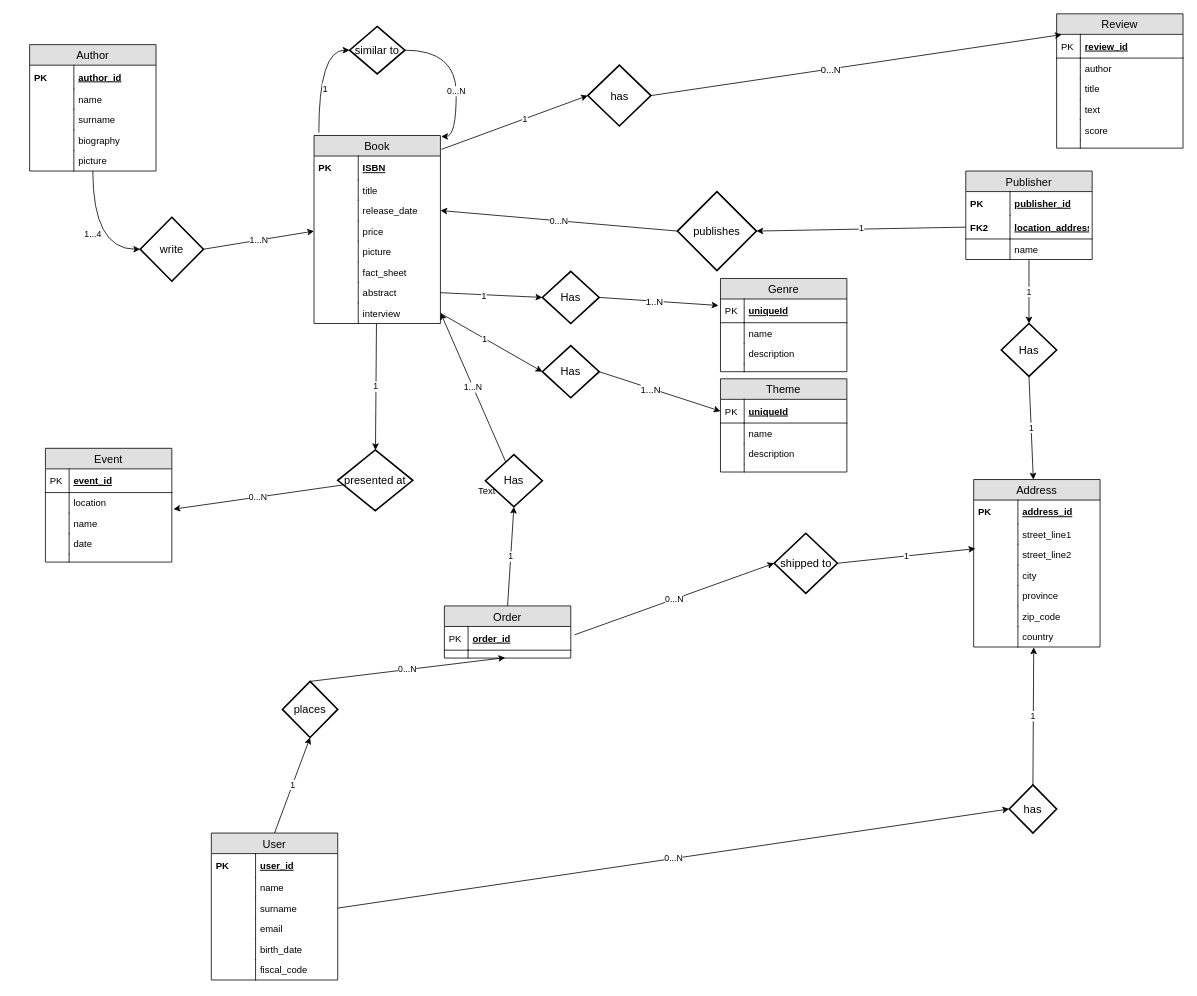
Earlier version of the draw.io diagram other/er_diagram/ER.drawio (malta895/hypermedia-project). Source tidied: cells renumbered, new cells numbered last; positions are measured from the earlier drawing's top-left corner, leaving out a move shared by most shapes. Both pictures are drawn from the tidied source at 79%, with x=0, y=0 at pixel (29, 13).
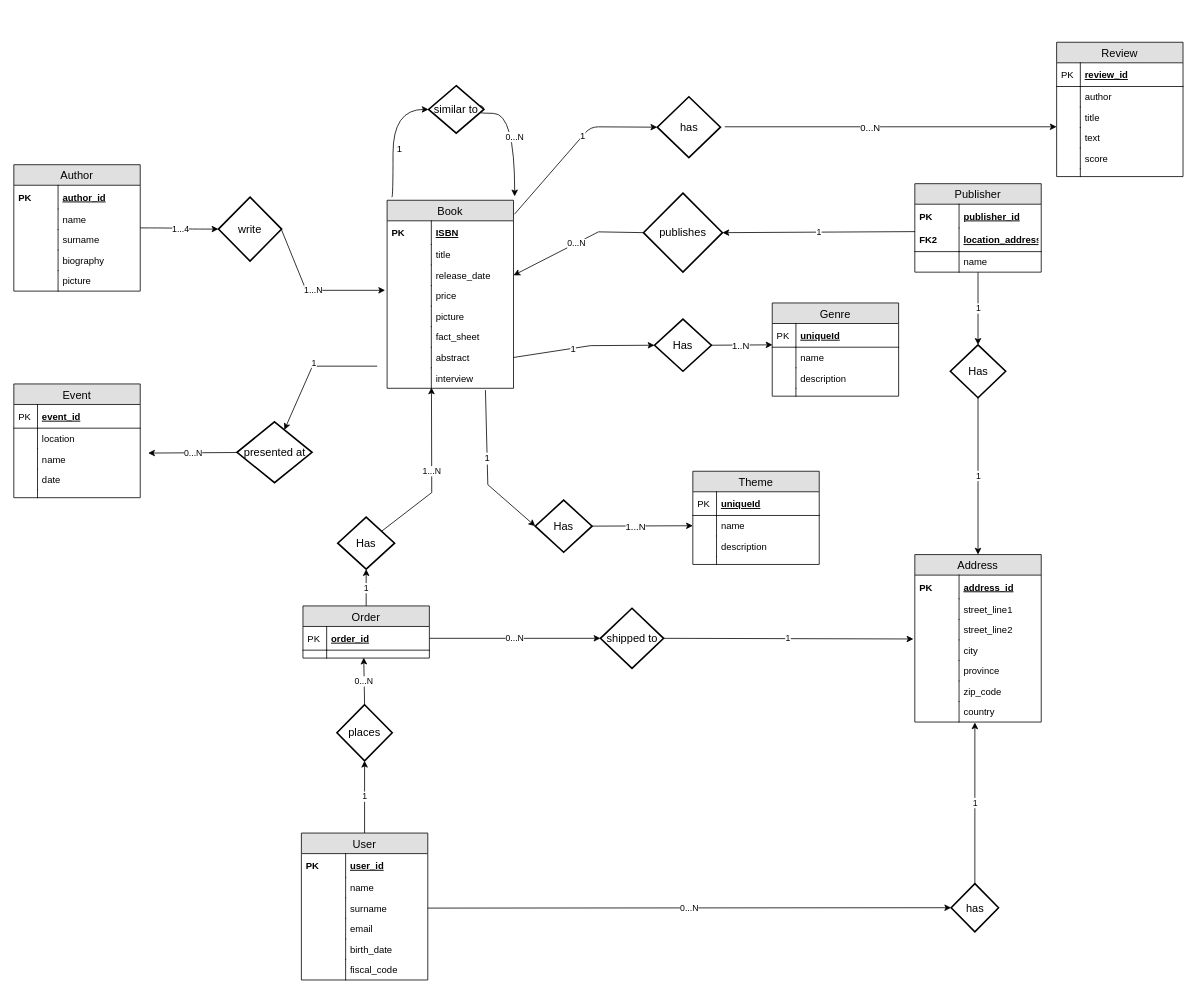
The same diagram, later.

The change refers to these unchanged cells:
```xml
<mxCell id="6" value="location_address" style="shape=partialRectangle;top=0;left=0;right=0;bottom=1;align=left;verticalAlign=middle;fillColor=none;spacingLeft=60;spacingRight=4;overflow=hidden;points=[[0,0.5],[1,0.5]];portConstraint=eastwest;fontStyle=5;fontSize=12;" parent="3" vertex="1">
  <mxGeometry y="56" width="160" height="30" as="geometry" />
</mxCell>
<mxCell id="15" value="street_line2" style="shape=partialRectangle;top=0;left=0;right=0;bottom=0;align=left;verticalAlign=top;fillColor=none;spacingLeft=60;spacingRight=4;overflow=hidden;points=[[0,0.5],[1,0.5]];portConstraint=eastwest;fontSize=12;" parent="10" vertex="1">
  <mxGeometry y="82" width="160" height="26" as="geometry" />
</mxCell>
<mxCell id="45" value="release_date" style="shape=partialRectangle;top=0;left=0;right=0;bottom=0;align=left;verticalAlign=top;fillColor=none;spacingLeft=60;spacingRight=4;overflow=hidden;points=[[0,0.5],[1,0.5]];portConstraint=eastwest;fontSize=12;" parent="40" vertex="1">
  <mxGeometry y="82" width="160" height="26" as="geometry" />
</mxCell>
<mxCell id="47" value="price" style="shape=partialRectangle;top=0;left=0;right=0;bottom=0;align=left;verticalAlign=top;fillColor=none;spacingLeft=60;spacingRight=4;overflow=hidden;points=[[0,0.5],[1,0.5]];portConstraint=eastwest;fontSize=12;" parent="40" vertex="1">
  <mxGeometry y="108" width="160" height="26" as="geometry" />
</mxCell>
<mxCell id="53" value="abstract" style="shape=partialRectangle;top=0;left=0;right=0;bottom=0;align=left;verticalAlign=top;fillColor=none;spacingLeft=60;spacingRight=4;overflow=hidden;points=[[0,0.5],[1,0.5]];portConstraint=eastwest;fontSize=12;" parent="40" vertex="1">
  <mxGeometry y="186" width="160" height="26" as="geometry" />
</mxCell>
<mxCell id="55" value="interview" style="shape=partialRectangle;top=0;left=0;right=0;bottom=0;align=left;verticalAlign=top;fillColor=none;spacingLeft=60;spacingRight=4;overflow=hidden;points=[[0,0.5],[1,0.5]];portConstraint=eastwest;fontSize=12;" parent="40" vertex="1">
  <mxGeometry y="212" width="160" height="26" as="geometry" />
</mxCell>
<mxCell id="72" value="location" style="shape=partialRectangle;top=0;left=0;right=0;bottom=0;align=left;verticalAlign=top;fillColor=none;spacingLeft=34;spacingRight=4;overflow=hidden;points=[[0,0.5],[1,0.5]];portConstraint=eastwest;fontSize=12;" parent="69" vertex="1">
  <mxGeometry y="56" width="160" height="26" as="geometry" />
</mxCell>
<mxCell id="82" value="order_id" style="shape=partialRectangle;top=0;left=0;right=0;bottom=1;align=left;verticalAlign=middle;fillColor=none;spacingLeft=34;spacingRight=4;overflow=hidden;points=[[0,0.5],[1,0.5]];portConstraint=eastwest;fontStyle=5;fontSize=12;" parent="81" vertex="1">
  <mxGeometry y="26" width="160" height="30" as="geometry" />
</mxCell>
<mxCell id="110" value="review_id" style="shape=partialRectangle;top=0;left=0;right=0;bottom=1;align=left;verticalAlign=middle;fillColor=none;spacingLeft=34;spacingRight=4;overflow=hidden;points=[[0,0.5],[1,0.5]];portConstraint=eastwest;fontStyle=5;fontSize=12;" parent="109" vertex="1">
  <mxGeometry y="26" width="160" height="30" as="geometry" />
</mxCell>
<mxCell id="128" value="uniqueId" style="shape=partialRectangle;top=0;left=0;right=0;bottom=1;align=left;verticalAlign=middle;fillColor=none;spacingLeft=34;spacingRight=4;overflow=hidden;points=[[0,0.5],[1,0.5]];portConstraint=eastwest;fontStyle=5;fontSize=12;" parent="127" vertex="1">
  <mxGeometry y="26" width="160" height="30" as="geometry" />
</mxCell>
<mxCell id="137" value="uniqueId" style="shape=partialRectangle;top=0;left=0;right=0;bottom=1;align=left;verticalAlign=middle;fillColor=none;spacingLeft=34;spacingRight=4;overflow=hidden;points=[[0,0.5],[1,0.5]];portConstraint=eastwest;fontStyle=5;fontSize=12;" parent="136" vertex="1">
  <mxGeometry y="26" width="160" height="30" as="geometry" />
</mxCell>
<mxCell id="139" value="name" style="shape=partialRectangle;top=0;left=0;right=0;bottom=0;align=left;verticalAlign=top;fillColor=none;spacingLeft=34;spacingRight=4;overflow=hidden;points=[[0,0.5],[1,0.5]];portConstraint=eastwest;fontSize=12;" parent="136" vertex="1">
  <mxGeometry y="56" width="160" height="26" as="geometry" />
</mxCell>
```

Change to the diagram source:
```diff
@@
     <mxCell id="3" value="Publisher" style="swimlane;fontStyle=0;horizontal=1;startSize=26;fillColor=#e0e0e0;swimlaneFillColor=#ffffff;align=center;fontSize=14;" parent="1" vertex="1">
-      <mxGeometry x="1185" y="199" width="160" height="112" as="geometry" />
+      <mxGeometry x="1120.5" y="215" width="160" height="112" as="geometry" />
     </mxCell>
@@
     <mxCell id="10" value="Address" style="swimlane;fontStyle=0;horizontal=1;startSize=26;fillColor=#e0e0e0;swimlaneFillColor=#ffffff;align=center;fontSize=14;" parent="1" vertex="1">
-      <mxGeometry x="1195" y="589.5" width="160" height="212" as="geometry" />
+      <mxGeometry x="1120.5" y="684.5" width="160" height="212" as="geometry" />
     </mxCell>
@@
     <mxCell id="26" value="User" style="swimlane;fontStyle=0;horizontal=1;startSize=26;fillColor=#e0e0e0;swimlaneFillColor=#ffffff;align=center;fontSize=14;" parent="1" vertex="1">
-      <mxGeometry x="230" y="1037" width="160" height="186" as="geometry" />
+      <mxGeometry x="344" y="1037" width="160" height="186" as="geometry" />
     </mxCell>
@@
-    <mxCell id="39" value="1" style="edgeStyle=none;rounded=0;jettySize=auto;html=1;startArrow=none;startFill=0;endArrow=classic;endFill=1;" parent="1" edge="1" source="40" target="96">
-      <mxGeometry relative="1" as="geometry" />
+    <mxCell id="39" value="1" style="edgeStyle=none;rounded=0;jettySize=auto;html=1;startArrow=none;startFill=0;endArrow=classic;endFill=1;" parent="1" edge="1" target="96">
+      <mxGeometry x="-0.06" y="-4" relative="1" as="geometry">
+        <mxPoint x="440" y="446" as="sourcePoint" />
+        <Array as="points">
+          <mxPoint x="358" y="446" />
+        </Array>
+      </mxGeometry>
     </mxCell>
     <mxCell id="40" value="Book" style="swimlane;fontStyle=0;horizontal=1;startSize=26;fillColor=#e0e0e0;swimlaneFillColor=#ffffff;align=center;fontSize=14;" parent="1" vertex="1">
-      <mxGeometry x="360" y="154" width="160" height="238" as="geometry" />
+      <mxGeometry x="452.5" y="236" width="160" height="238" as="geometry" />
     </mxCell>
@@
-    <mxCell id="57" value="1...4" style="edgeStyle=orthogonalEdgeStyle;curved=1;rounded=0;jettySize=auto;html=1;entryX=0;entryY=0.5;entryDx=0;entryDy=0;startArrow=none;startFill=0;endArrow=classic;endFill=1;" parent="1" edge="1" source="58" target="94">
-      <mxGeometry relative="1" as="geometry" />
+    <mxCell id="57" value="1...4" style="edgeStyle=orthogonalEdgeStyle;curved=1;rounded=0;jettySize=auto;html=1;startArrow=none;startFill=0;endArrow=classic;endFill=1;entryX=0;entryY=0.5;entryDx=0;entryDy=0;" parent="1" edge="1" source="58" target="94">
+      <mxGeometry x="0.23" y="-10" relative="1" as="geometry">
+        <mxPoint x="-10" y="-10" as="offset" />
+      </mxGeometry>
     </mxCell>
     <mxCell id="58" value="Author" style="swimlane;fontStyle=0;horizontal=1;startSize=26;fillColor=#e0e0e0;swimlaneFillColor=#ffffff;align=center;fontSize=14;" parent="1" vertex="1">
-      <mxGeometry y="39" width="160" height="160" as="geometry" />
+      <mxGeometry x="-20" y="191" width="160" height="160" as="geometry" />
     </mxCell>
@@
     <mxCell id="69" value="Event" style="swimlane;fontStyle=0;horizontal=1;startSize=26;fillColor=#e0e0e0;swimlaneFillColor=#ffffff;align=center;fontSize=14;" parent="1" vertex="1">
-      <mxGeometry x="20" y="550" width="160" height="144" as="geometry" />
+      <mxGeometry x="-20" y="468.5" width="160" height="144" as="geometry" />
     </mxCell>
@@
     <mxCell id="81" value="Order" style="swimlane;fontStyle=0;horizontal=1;startSize=26;fillColor=#e0e0e0;swimlaneFillColor=#ffffff;align=center;fontSize=14;" parent="1" vertex="1">
-      <mxGeometry x="525" y="749.5" width="160" height="66" as="geometry" />
+      <mxGeometry x="346" y="749.5" width="160" height="66" as="geometry" />
     </mxCell>
@@
-    <mxCell id="86" value="1" style="edgeStyle=none;rounded=0;jettySize=auto;html=1;exitX=1;exitY=0.5;exitDx=0;exitDy=0;entryX=0;entryY=0.5;entryDx=0;entryDy=0;startArrow=classic;startFill=1;endArrow=none;endFill=0;" parent="1" edge="1" source="88" target="6">
+    <mxCell id="86" value="1" style="edgeStyle=none;rounded=0;jettySize=auto;html=1;exitX=1;exitY=0.5;exitDx=0;exitDy=0;entryX=0.002;entryY=0.156;entryDx=0;entryDy=0;startArrow=classic;startFill=1;endArrow=none;endFill=0;entryPerimeter=0;" parent="1" edge="1" source="88" target="6">
       <mxGeometry relative="1" as="geometry" />
     </mxCell>
     <mxCell id="87" value="0...N" style="edgeStyle=none;rounded=0;jettySize=auto;html=1;exitX=0;exitY=0.5;exitDx=0;exitDy=0;entryX=1;entryY=0.5;entryDx=0;entryDy=0;startArrow=none;startFill=0;endArrow=classic;endFill=1;" parent="1" edge="1" source="88" target="45">
-      <mxGeometry relative="1" as="geometry" />
+      <mxGeometry relative="1" as="geometry">
+        <Array as="points">
+          <mxPoint x="720" y="276" />
+        </Array>
+      </mxGeometry>
     </mxCell>
     <mxCell id="88" value="publishes" style="shape=rhombus;strokeWidth=2;fontSize=17;perimeter=rhombusPerimeter;whiteSpace=wrap;html=1;align=center;fontSize=14;" parent="1" vertex="1">
-      <mxGeometry x="820" y="225" width="100" height="100" as="geometry" />
+      <mxGeometry x="777" y="227" width="100" height="100" as="geometry" />
     </mxCell>
     <mxCell id="89" style="edgeStyle=orthogonalEdgeStyle;curved=1;rounded=0;jettySize=auto;html=1;exitX=0;exitY=0.5;exitDx=0;exitDy=0;entryX=0.038;entryY=-0.016;entryDx=0;entryDy=0;entryPerimeter=0;startArrow=classic;startFill=1;endArrow=none;endFill=0;" parent="1" edge="1" source="92" target="40">
       <mxGeometry relative="1" as="geometry">
         <Array as="points">
-          <mxPoint x="366" y="46" />
+          <mxPoint x="460" y="121" />
+          <mxPoint x="460" y="233" />
         </Array>
       </mxGeometry>
     </mxCell>
@@
-    <mxCell id="91" value="0...N&lt;br&gt;" style="edgeStyle=orthogonalEdgeStyle;curved=1;rounded=0;jettySize=auto;html=1;exitX=1;exitY=0.5;exitDx=0;exitDy=0;entryX=1.006;entryY=0.005;entryDx=0;entryDy=0;entryPerimeter=0;startArrow=none;startFill=0;endArrow=classic;endFill=1;" parent="1" edge="1" source="92" target="40">
-      <mxGeometry x="0.21" relative="1" as="geometry" />
+    <mxCell id="91" value="0...N&lt;br&gt;" style="edgeStyle=orthogonalEdgeStyle;curved=1;rounded=0;jettySize=auto;html=1;exitX=1;exitY=0.5;exitDx=0;exitDy=0;startArrow=none;startFill=0;endArrow=classic;endFill=1;" parent="1" edge="1" source="92">
+      <mxGeometry x="0.21" relative="1" as="geometry">
+        <mxPoint x="614" y="231" as="targetPoint" />
+        <Array as="points">
+          <mxPoint x="575" y="116" />
+          <mxPoint x="560" y="116" />
+          <mxPoint x="560" y="126" />
+          <mxPoint x="614" y="126" />
+          <mxPoint x="614" y="231" />
+        </Array>
+      </mxGeometry>
     </mxCell>
     <mxCell id="92" value="similar to" style="shape=rhombus;strokeWidth=2;fontSize=17;perimeter=rhombusPerimeter;whiteSpace=wrap;html=1;align=center;fontSize=14;" parent="1" vertex="1">
-      <mxGeometry x="405" y="16" width="70" height="60" as="geometry" />
+      <mxGeometry x="505" y="91" width="70" height="60" as="geometry" />
     </mxCell>
-    <mxCell id="93" value="1...N" style="rounded=0;jettySize=auto;html=1;entryX=0;entryY=0.5;entryDx=0;entryDy=0;startArrow=none;startFill=0;endArrow=classic;endFill=1;exitX=1;exitY=0.5;exitDx=0;exitDy=0;" parent="1" edge="1" source="94" target="47">
-      <mxGeometry relative="1" as="geometry" />
+    <mxCell id="93" value="1...N" style="rounded=0;orthogonalLoop=1;jettySize=auto;html=1;startArrow=none;startFill=0;endArrow=classic;endFill=1;exitX=1;exitY=0.5;exitDx=0;exitDy=0;" parent="1" edge="1">
+      <mxGeometry relative="1" as="geometry">
+        <mxPoint x="318.7" y="273" as="sourcePoint" />
+        <mxPoint x="450" y="350" as="targetPoint" />
+        <Array as="points">
+          <mxPoint x="350" y="350" />
+        </Array>
+      </mxGeometry>
     </mxCell>
     <mxCell id="94" value="write&lt;br&gt;" style="shape=rhombus;strokeWidth=2;fontSize=17;perimeter=rhombusPerimeter;whiteSpace=wrap;html=1;align=center;fontSize=14;" parent="1" vertex="1">
-      <mxGeometry x="140" y="257.5" width="80" height="81" as="geometry" />
+      <mxGeometry x="239" y="232" width="80" height="81" as="geometry" />
     </mxCell>
-    <mxCell id="95" value="0...N" style="edgeStyle=none;rounded=0;jettySize=auto;html=1;entryX=1.013;entryY=0.808;entryDx=0;entryDy=0;startArrow=none;startFill=0;endArrow=classic;endFill=1;entryPerimeter=0;" parent="1" edge="1" source="96" target="72">
-      <mxGeometry relative="1" as="geometry" />
+    <mxCell id="95" value="0...N" style="edgeStyle=none;rounded=0;jettySize=auto;html=1;startArrow=none;startFill=0;endArrow=classic;endFill=1;" parent="1" edge="1" source="96">
+      <mxGeometry relative="1" as="geometry">
+        <mxPoint x="150" y="556" as="targetPoint" />
+      </mxGeometry>
     </mxCell>
     <mxCell id="96" value="presented at" style="shape=rhombus;strokeWidth=2;fontSize=17;perimeter=rhombusPerimeter;whiteSpace=wrap;html=1;align=center;fontSize=14;" parent="1" vertex="1">
-      <mxGeometry x="390" y="552" width="95" height="77" as="geometry" />
+      <mxGeometry x="262.5" y="516.5" width="95" height="77" as="geometry" />
     </mxCell>
@@
     <mxCell id="98" value="Has" style="shape=rhombus;strokeWidth=2;fontSize=17;perimeter=rhombusPerimeter;whiteSpace=wrap;html=1;align=center;fontSize=14;" parent="1" vertex="1">
-      <mxGeometry x="1230" y="392" width="70" height="67" as="geometry" />
+      <mxGeometry x="1165.5" y="419" width="70" height="67" as="geometry" />
     </mxCell>
-    <mxCell id="99" value="1...N" style="edgeStyle=none;rounded=0;jettySize=auto;html=1;entryX=1;entryY=0.5;entryDx=0;entryDy=0;startArrow=none;startFill=0;endArrow=classic;endFill=1;" parent="1" edge="1" source="100">
+    <mxCell id="99" value="1...N" style="edgeStyle=none;rounded=0;jettySize=auto;html=1;entryX=0.351;entryY=0.962;entryDx=0;entryDy=0;startArrow=none;startFill=0;endArrow=classic;endFill=1;entryPerimeter=0;" parent="1" edge="1" source="100" target="55">
       <mxGeometry relative="1" as="geometry">
-        <mxPoint x="520.3" y="378.7" as="targetPoint" />
+        <Array as="points">
+          <mxPoint x="509" y="606" />
+        </Array>
       </mxGeometry>
     </mxCell>
     <mxCell id="100" value="Has" style="shape=rhombus;strokeWidth=2;fontSize=17;perimeter=rhombusPerimeter;whiteSpace=wrap;html=1;align=center;fontSize=14;" parent="1" vertex="1">
-      <mxGeometry x="577" y="558" width="72" height="66" as="geometry" />
+      <mxGeometry x="390" y="637" width="72" height="66" as="geometry" />
     </mxCell>
-    <mxCell id="101" value="1" style="edgeStyle=none;rounded=0;jettySize=auto;html=1;exitX=1;exitY=0.5;exitDx=0;exitDy=0;entryX=0.013;entryY=0.212;entryDx=0;entryDy=0;startArrow=none;startFill=0;endArrow=classic;endFill=1;entryPerimeter=0;" parent="1" edge="1" source="102" target="15">
+    <mxCell id="101" value="1" style="edgeStyle=none;rounded=0;jettySize=auto;html=1;exitX=1;exitY=0.5;exitDx=0;exitDy=0;entryX=-0.011;entryY=0.955;entryDx=0;entryDy=0;startArrow=none;startFill=0;endArrow=classic;endFill=1;entryPerimeter=0;" parent="1" edge="1" source="102" target="15">
       <mxGeometry relative="1" as="geometry" />
     </mxCell>
     <mxCell id="102" value="shipped to&lt;br&gt;" style="shape=rhombus;strokeWidth=2;fontSize=17;perimeter=rhombusPerimeter;whiteSpace=wrap;html=1;align=center;fontSize=14;" parent="1" vertex="1">
-      <mxGeometry x="942.5" y="657.5" width="80" height="76" as="geometry" />
+      <mxGeometry x="722.5" y="752.5" width="80" height="76" as="geometry" />
     </mxCell>
-    <mxCell id="103" value="0...N&lt;br&gt;" style="edgeStyle=none;rounded=0;jettySize=auto;html=1;entryX=0;entryY=0.5;entryDx=0;entryDy=0;startArrow=none;startFill=0;endArrow=classic;endFill=1;" parent="1" edge="1" target="102">
-      <mxGeometry relative="1" as="geometry">
-        <mxPoint x="690" y="786" as="sourcePoint" />
-      </mxGeometry>
+    <mxCell id="103" value="0...N&lt;br&gt;" style="edgeStyle=none;rounded=0;jettySize=auto;html=1;entryX=0;entryY=0.5;entryDx=0;entryDy=0;startArrow=none;startFill=0;endArrow=classic;endFill=1;exitX=1;exitY=0.5;exitDx=0;exitDy=0;" parent="1" edge="1" source="82" target="102">
+      <mxGeometry relative="1" as="geometry" />
     </mxCell>
@@
     <mxCell id="105" value="has&lt;br&gt;" style="shape=rhombus;strokeWidth=2;fontSize=17;perimeter=rhombusPerimeter;whiteSpace=wrap;html=1;align=center;fontSize=14;" parent="1" vertex="1">
-      <mxGeometry x="1240" y="976" width="60" height="61" as="geometry" />
+      <mxGeometry x="1166.5" y="1101" width="60" height="61" as="geometry" />
     </mxCell>
@@
     <mxCell id="108" value="places&lt;br&gt;" style="shape=rhombus;strokeWidth=2;fontSize=17;perimeter=rhombusPerimeter;whiteSpace=wrap;html=1;align=center;fontSize=14;" parent="1" vertex="1">
-      <mxGeometry x="320" y="845" width="70" height="71" as="geometry" />
+      <mxGeometry x="389" y="874.5" width="70" height="71" as="geometry" />
     </mxCell>
     <mxCell id="109" value="Review" style="swimlane;fontStyle=0;horizontal=1;startSize=26;fillColor=#e0e0e0;swimlaneFillColor=#ffffff;align=center;fontSize=14;" parent="1" vertex="1">
-      <mxGeometry x="1300" width="160" height="170" as="geometry" />
+      <mxGeometry x="1300" y="36" width="160" height="170" as="geometry" />
     </mxCell>
@@
     <mxCell id="122" value="has" style="shape=rhombus;strokeWidth=2;fontSize=17;perimeter=rhombusPerimeter;whiteSpace=wrap;html=1;align=center;fontSize=14;" parent="1" vertex="1">
-      <mxGeometry x="706.5" y="65" width="80" height="77" as="geometry" />
+      <mxGeometry x="794.5" y="105" width="80" height="77" as="geometry" />
     </mxCell>
     <mxCell id="123" style="endArrow=classic;html=1;exitX=1.008;exitY=0.074;exitDx=0;exitDy=0;exitPerimeter=0;entryX=0;entryY=0.5;entryDx=0;entryDy=0;" parent="1" edge="1" source="40" target="122">
-      <mxGeometry relative="1" as="geometry" />
+      <mxGeometry relative="1" as="geometry">
+        <Array as="points">
+          <mxPoint x="710" y="143" />
+        </Array>
+      </mxGeometry>
     </mxCell>
@@
-    <mxCell id="125" style="endArrow=classic;html=1;exitX=1;exitY=0.5;exitDx=0;exitDy=0;entryX=0.04;entryY=0.011;entryDx=0;entryDy=0;entryPerimeter=0;" parent="1" edge="1" source="122" target="110">
-      <mxGeometry relative="1" as="geometry" />
+    <mxCell id="125" style="endArrow=classic;html=1;" parent="1" edge="1">
+      <mxGeometry relative="1" as="geometry">
+        <mxPoint x="880" y="143" as="sourcePoint" />
+        <mxPoint x="1300" y="143" as="targetPoint" />
+      </mxGeometry>
     </mxCell>
@@
     <mxCell id="127" value="Genre" style="swimlane;fontStyle=0;horizontal=1;startSize=26;fillColor=#e0e0e0;swimlaneFillColor=#ffffff;align=center;fontSize=14;" parent="1" vertex="1">
-      <mxGeometry x="874.5" y="335" width="160" height="118" as="geometry" />
+      <mxGeometry x="940" y="366" width="160" height="118" as="geometry" />
     </mxCell>
@@
     <mxCell id="136" value="Theme" style="swimlane;fontStyle=0;horizontal=1;startSize=26;fillColor=#e0e0e0;swimlaneFillColor=#ffffff;align=center;fontSize=14;" parent="1" vertex="1">
-      <mxGeometry x="874.5" y="462" width="160" height="118" as="geometry" />
+      <mxGeometry x="839.5" y="579" width="160" height="118" as="geometry" />
     </mxCell>
@@
-    <mxCell id="145" style="edgeStyle=none;rounded=0;jettySize=auto;html=1;exitX=1;exitY=0.5;exitDx=0;exitDy=0;entryX=0;entryY=0.5;entryDx=0;entryDy=0;" parent="1" edge="1" source="147" target="137">
+    <mxCell id="145" style="edgeStyle=none;rounded=0;jettySize=auto;html=1;exitX=1;exitY=0.5;exitDx=0;exitDy=0;entryX=0;entryY=0.5;entryDx=0;entryDy=0;" parent="1" edge="1" source="147" target="139">
       <mxGeometry relative="1" as="geometry" />
     </mxCell>
@@
     <mxCell id="147" value="Has" style="shape=rhombus;strokeWidth=2;fontSize=17;perimeter=rhombusPerimeter;whiteSpace=wrap;html=1;align=center;fontSize=14;" parent="1" vertex="1">
-      <mxGeometry x="649" y="420" width="72" height="66" as="geometry" />
+      <mxGeometry x="640" y="615.5" width="72" height="66" as="geometry" />
     </mxCell>
-    <mxCell id="148" style="rounded=0;jettySize=auto;html=1;exitX=1;exitY=0.5;exitDx=0;exitDy=0;entryX=-0.016;entryY=0.273;entryDx=0;entryDy=0;entryPerimeter=0;" parent="1" edge="1" source="150" target="128">
+    <mxCell id="148" style="rounded=0;jettySize=auto;html=1;exitX=1;exitY=0.5;exitDx=0;exitDy=0;entryX=0.002;entryY=0.9;entryDx=0;entryDy=0;entryPerimeter=0;" parent="1" edge="1" source="150" target="128">
       <mxGeometry relative="1" as="geometry" />
     </mxCell>
@@
     <mxCell id="150" value="Has" style="shape=rhombus;strokeWidth=2;fontSize=17;perimeter=rhombusPerimeter;whiteSpace=wrap;html=1;align=center;fontSize=14;" parent="1" vertex="1">
-      <mxGeometry x="649" y="326" width="72" height="66" as="geometry" />
+      <mxGeometry x="791" y="386.5" width="72" height="66" as="geometry" />
     </mxCell>
     <mxCell id="151" style="rounded=0;jettySize=auto;html=1;exitX=1;exitY=0.5;exitDx=0;exitDy=0;entryX=0;entryY=0.5;entryDx=0;entryDy=0;" parent="1" edge="1" source="53" target="150">
-      <mxGeometry relative="1" as="geometry" />
+      <mxGeometry relative="1" as="geometry">
+        <Array as="points">
+          <mxPoint x="710" y="420" />
+        </Array>
+      </mxGeometry>
     </mxCell>
@@
-    <mxCell id="153" style="edgeStyle=none;rounded=0;jettySize=auto;html=1;exitX=1;exitY=0.5;exitDx=0;exitDy=0;entryX=0;entryY=0.5;entryDx=0;entryDy=0;" parent="1" edge="1" source="55" target="147">
-      <mxGeometry relative="1" as="geometry" />
+    <mxCell id="153" style="edgeStyle=none;rounded=0;jettySize=auto;html=1;exitX=0.778;exitY=1.09;exitDx=0;exitDy=0;entryX=0;entryY=0.5;entryDx=0;entryDy=0;exitPerimeter=0;" parent="1" edge="1" source="55" target="147">
+      <mxGeometry relative="1" as="geometry">
+        <Array as="points">
+          <mxPoint x="580" y="596" />
+        </Array>
+      </mxGeometry>
     </mxCell>
@@
-    <mxCell id="155" value="Text" style="text;html=1;align=left;verticalAlign=top;spacingTop=-4;" parent="1" vertex="1">
-      <mxGeometry x="566" y="594" width="40" height="20" as="geometry" />
-    </mxCell>
```
